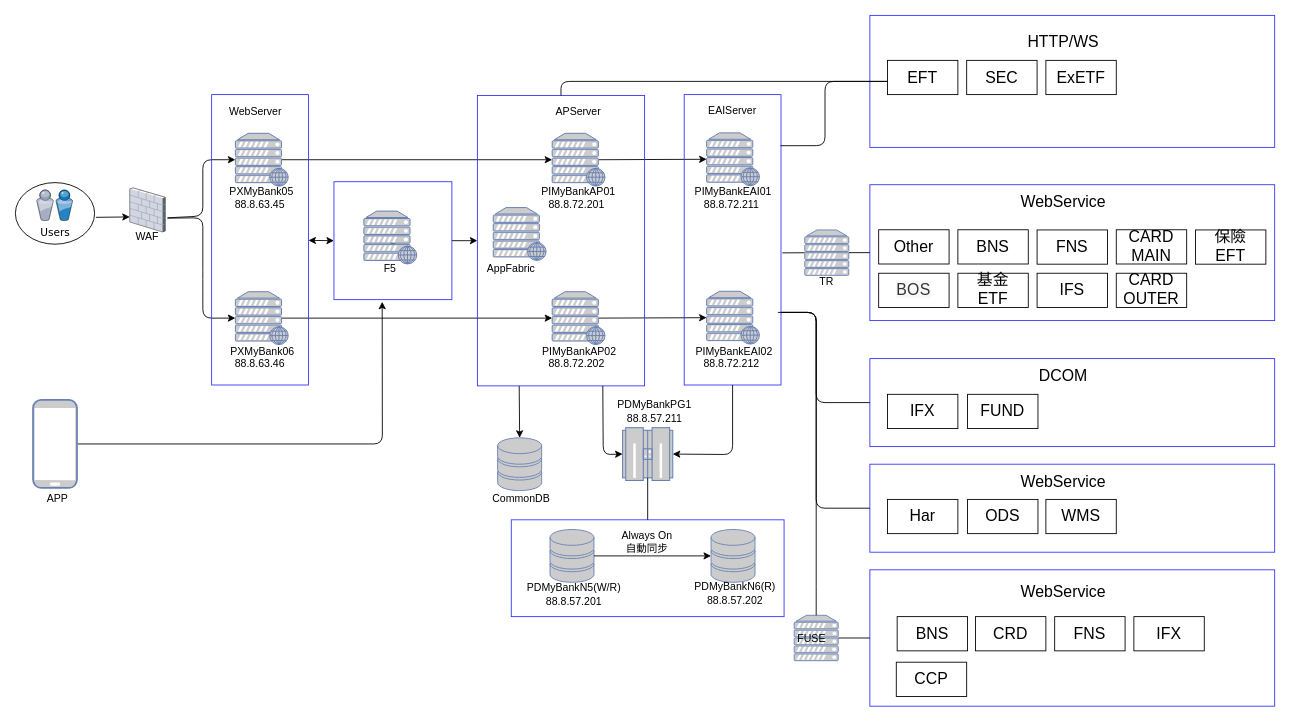
Before: 網銀架構圖.drawio in YuHaoLiaoTony/MyImage, a draw.io diagram. Source tidied: cells renumbered, new cells numbered last; positions are measured from the earlier drawing's top-left corner, leaving out a move shared by most shapes. Both pictures are drawn from the tidied source at 88%, with x=0, y=0 at pixel (15, 15).
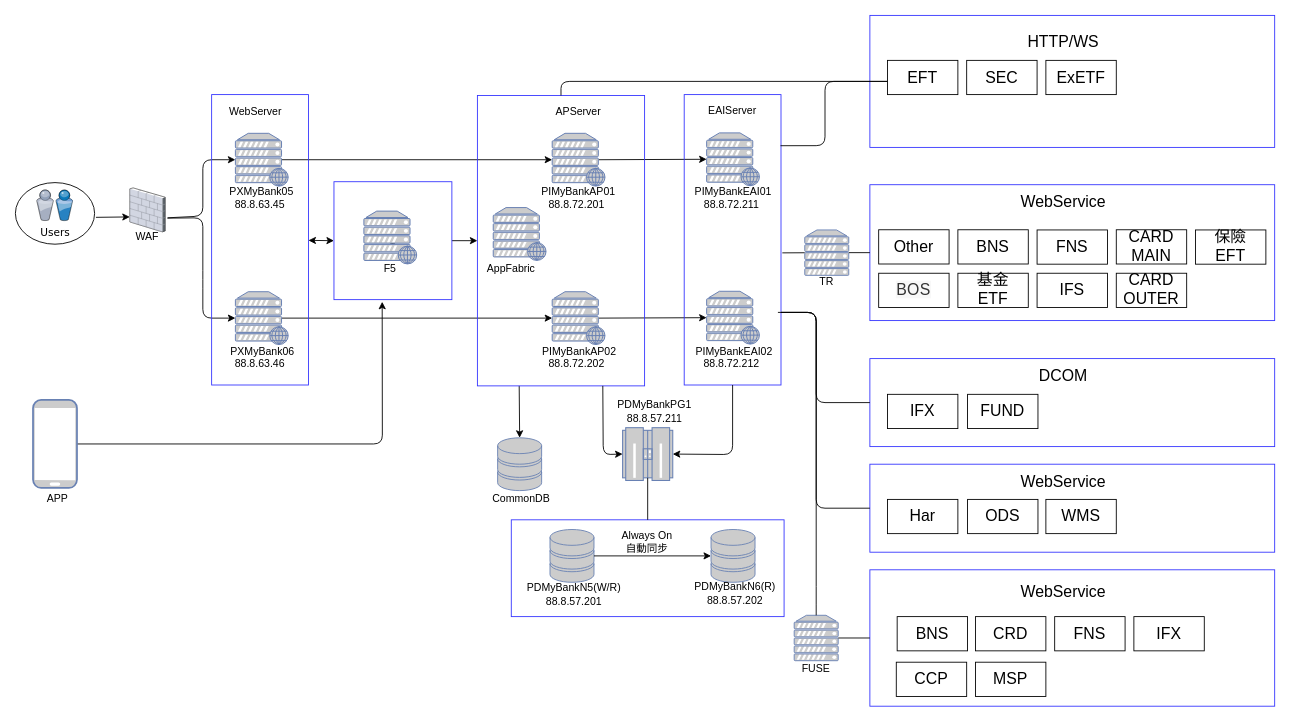
The same page after the edit.

Unchanged cells that the change refers to:
```xml
<mxCell id="92" style="group;" parent="1" vertex="1">
  <mxGeometry x="890" y="672.9" width="50" height="69.2" as="geometry" />
</mxCell>
```

What changed in the source:
```diff
@@
     <mxCell id="94" value="FUSE" style="text;html=1;strokeColor=none;fillColor=none;align=center;verticalAlign=middle;whiteSpace=wrap;rounded=0;" parent="92" vertex="1">
-      <mxGeometry x="-5" y="24.6" width="40" height="20" as="geometry" />
+      <mxGeometry y="60.4" width="40" height="20" as="geometry" />
     </mxCell>
@@
+    <mxCell id="121" value="MSP" style="rounded=0;whiteSpace=wrap;html=1;fontSize=18;" parent="1" vertex="1">
+      <mxGeometry x="1091" y="735" width="80" height="38.9" as="geometry" />
+    </mxCell>
```
